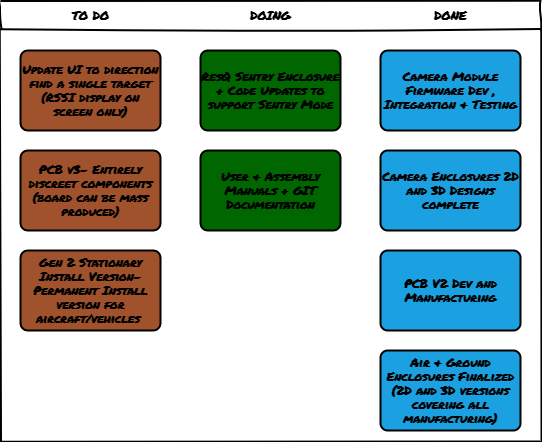
Before: Reference Materials/Flow and Reference Diagrams/Kanban/kanban.png, a diagram exported from draw.io (MKme/ResQ). Source tidied: cells renumbered, new cells last; positions are measured from the earlier drawing's top-left corner, leaving out a move shared by most shapes.
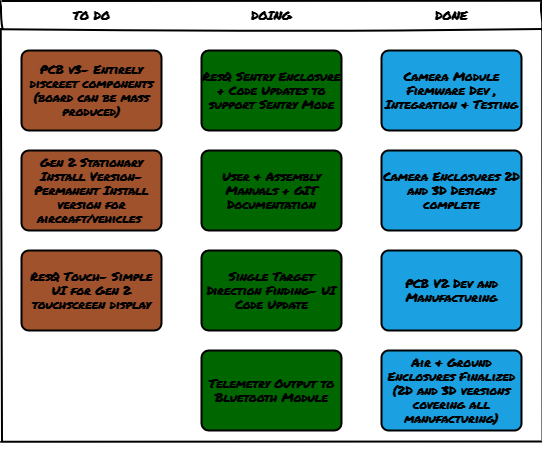
The same file after the commit.

Commit message:
Kanban Board Current Status

What changed in the source:
```diff
@@ -8,23 +8,23 @@
     <mxCell id="3" value="TO DO" style="swimlane;strokeWidth=2;fontFamily=Permanent Marker;html=0;startSize=1;verticalAlign=bottom;spacingBottom=5;stackBorder=20;sketch=1;strokeColor=none;fillStyle=solid;fillColor=#A0522D;" parent="2" vertex="1">
       <mxGeometry y="28" width="180" height="412" as="geometry" />
     </mxCell>
-    <object id="4" label="Update UI to direction find a single target (RSSI display on screen only)" placeholders="1">
-      <mxCell style="whiteSpace=wrap;html=1;strokeWidth=2;fillColor=swimlane;fontStyle=1;spacingTop=0;rounded=1;arcSize=9;sketch=0;fontFamily=Permanent Marker;hachureGap=8;fillWeight=1;glass=0;shadow=0;" parent="3" vertex="1">
-        <mxGeometry x="20" y="21" width="140" height="80" as="geometry" />
-      </mxCell>
-    </object>
     <object id="5" label="PCB v3- Entirely discreet components (board can be mass produced)" placeholders="1">
       <mxCell style="whiteSpace=wrap;html=1;strokeWidth=2;fillColor=swimlane;fontStyle=1;spacingTop=0;rounded=1;arcSize=9;sketch=0;fontFamily=Permanent Marker;hachureGap=8;fillWeight=1;" parent="3" vertex="1">
-        <mxGeometry x="20" y="121" width="140" height="80" as="geometry" />
+        <mxGeometry x="20" y="21" width="140" height="80" as="geometry" />
       </mxCell>
     </object>
     <object id="6" label="Gen 2 Stationary Install Version- Permanent Install version for aircraft/vehicles&amp;nbsp;" placeholders="1">
       <mxCell style="whiteSpace=wrap;html=1;strokeWidth=2;fillColor=swimlane;fontStyle=1;spacingTop=0;rounded=1;arcSize=9;sketch=0;fontFamily=Permanent Marker;hachureGap=8;fillWeight=1;" parent="3" vertex="1">
-        <mxGeometry x="20" y="221" width="140" height="80" as="geometry" />
+        <mxGeometry x="20" y="121" width="140" height="80" as="geometry" />
       </mxCell>
     </object>
+    <object id="15" label="ResQ Touch- Simple UI for Gen 2 touchscreen display" placeholders="1">
+      <mxCell style="whiteSpace=wrap;html=1;strokeWidth=2;fillColor=swimlane;fontStyle=1;spacingTop=0;rounded=1;arcSize=9;sketch=0;fontFamily=Permanent Marker;hachureGap=8;fillWeight=1;" parent="3" vertex="1">
+        <mxGeometry x="20" y="221" width="140" height="80" as="geometry" />
+      </mxCell>
+    </object>
     <mxCell id="7" value="DOING" style="swimlane;strokeWidth=2;fontFamily=Permanent Marker;html=0;startSize=1;verticalAlign=bottom;spacingBottom=5;stackBorder=20;sketch=1;strokeColor=none;fillStyle=solid;fillColor=#006600;" parent="2" vertex="1">
-      <mxGeometry x="180" y="28" width="180" height="412" as="geometry" />
+      <mxGeometry x="180" y="28" width="180" height="421" as="geometry" />
     </mxCell>
     <object id="8" label="ResQ Sentry Enclosure + Code Updates to support Sentry Mode" placeholders="1">
       <mxCell style="whiteSpace=wrap;html=1;strokeWidth=2;fillColor=swimlane;fontStyle=1;spacingTop=0;rounded=1;arcSize=9;sketch=0;fontFamily=Permanent Marker;hachureGap=8;fillWeight=1;" parent="7" vertex="1">
@@ -36,6 +36,16 @@
         <mxGeometry x="20" y="121" width="140" height="80" as="geometry" />
       </mxCell>
     </object>
+    <object id="16" label="Single Target Direction Finding- UI Code Update" placeholders="1">
+      <mxCell style="whiteSpace=wrap;html=1;strokeWidth=2;fillColor=swimlane;fontStyle=1;spacingTop=0;rounded=1;arcSize=9;sketch=0;fontFamily=Permanent Marker;hachureGap=8;fillWeight=1;" parent="7" vertex="1">
+        <mxGeometry x="20" y="221" width="140" height="80" as="geometry" />
+      </mxCell>
+    </object>
+    <object id="17" label="Telemetry Output to Bluetooth Module" placeholders="1">
+      <mxCell style="whiteSpace=wrap;html=1;strokeWidth=2;fillColor=swimlane;fontStyle=1;spacingTop=0;rounded=1;arcSize=9;sketch=0;fontFamily=Permanent Marker;hachureGap=8;fillWeight=1;" parent="7" vertex="1">
+        <mxGeometry x="20" y="321" width="140" height="80" as="geometry" />
+      </mxCell>
+    </object>
     <mxCell id="10" value="DONE" style="swimlane;strokeWidth=2;fontFamily=Permanent Marker;html=0;startSize=1;verticalAlign=bottom;spacingBottom=5;stackBorder=20;sketch=1;strokeColor=none;fillStyle=solid;fillColor=#1BA1E2;" parent="2" vertex="1">
       <mxGeometry x="360" y="28" width="180" height="412" as="geometry" />
     </mxCell>
```
